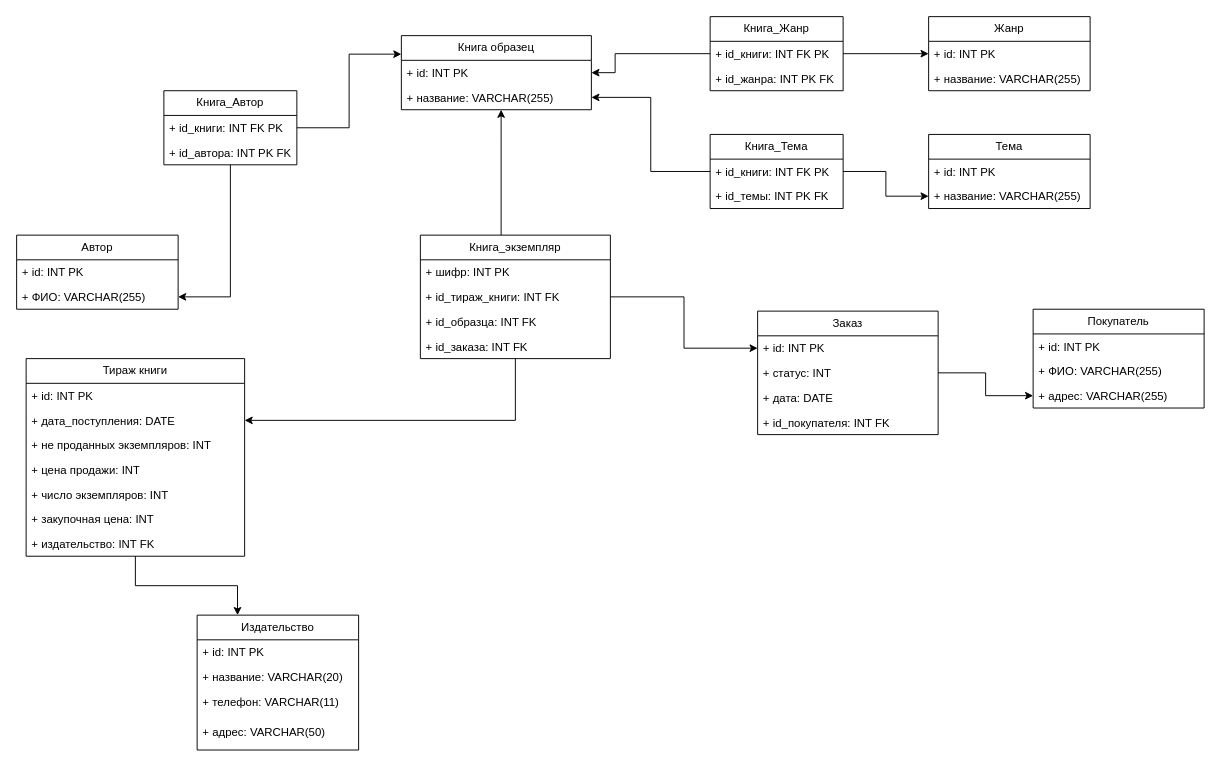
Before: sources/relation_model.drawio in 202rna/sql_labs2025, a draw.io diagram. Source tidied: cells renumbered, new cells numbered last; positions are measured from the earlier drawing's top-left corner, leaving out a move shared by most shapes. Both pictures are drawn from the tidied source at 95%, with x=0, y=0 at pixel (16, 16).
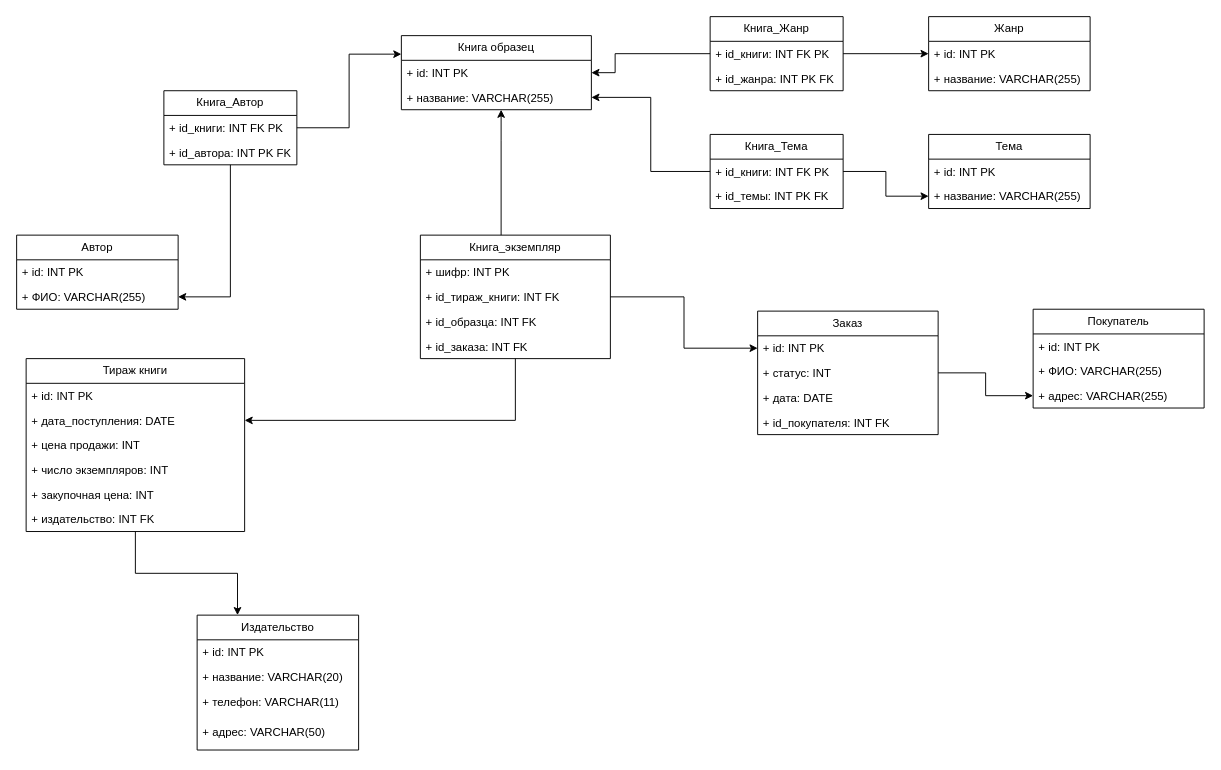
The same page after the edit.

Commit message (it also covers changes not shown here):
создал БД bookshop и диаграмму

Diff of the diagram source:
```diff
@@
     <mxCell id="8" value="Тираж книги" style="swimlane;fontStyle=0;horizontal=1;startSize=26;fillColor=none;whiteSpace=wrap;html=1;" parent="1" vertex="1">
-      <mxGeometry x="10" y="360" width="230" height="208" as="geometry" />
+      <mxGeometry x="10" y="360" width="230" height="182" as="geometry" />
     </mxCell>
@@
-    <mxCell id="11" value="+ не проданных экземпляров: INT" style="text;strokeColor=none;fillColor=none;align=left;verticalAlign=top;spacingLeft=4;spacingRight=4;overflow=hidden;whiteSpace=wrap;html=1;" parent="8" vertex="1">
-      <mxGeometry y="78" width="230" height="26" as="geometry" />
-    </mxCell>
     <mxCell id="12" value="+ цена продажи: INT" style="text;strokeColor=none;fillColor=none;align=left;verticalAlign=top;spacingLeft=4;spacingRight=4;overflow=hidden;whiteSpace=wrap;html=1;" parent="8" vertex="1">
-      <mxGeometry y="104" width="230" height="26" as="geometry" />
+      <mxGeometry y="78" width="230" height="26" as="geometry" />
     </mxCell>
     <mxCell id="13" value="+ число экземпляров: INT" style="text;strokeColor=none;fillColor=none;align=left;verticalAlign=top;spacingLeft=4;spacingRight=4;overflow=hidden;whiteSpace=wrap;html=1;" parent="8" vertex="1">
-      <mxGeometry y="130" width="230" height="26" as="geometry" />
+      <mxGeometry y="104" width="230" height="26" as="geometry" />
     </mxCell>
     <mxCell id="14" value="+ закупочная цена: INT" style="text;strokeColor=none;fillColor=none;align=left;verticalAlign=top;spacingLeft=4;spacingRight=4;overflow=hidden;whiteSpace=wrap;html=1;" parent="8" vertex="1">
-      <mxGeometry y="156" width="230" height="26" as="geometry" />
+      <mxGeometry y="130" width="230" height="26" as="geometry" />
     </mxCell>
     <mxCell id="15" value="+ издательство: INT FK" style="text;strokeColor=none;fillColor=none;align=left;verticalAlign=top;spacingLeft=4;spacingRight=4;overflow=hidden;whiteSpace=wrap;html=1;" parent="8" vertex="1">
-      <mxGeometry y="182" width="230" height="26" as="geometry" />
+      <mxGeometry y="156" width="230" height="26" as="geometry" />
     </mxCell>
```
